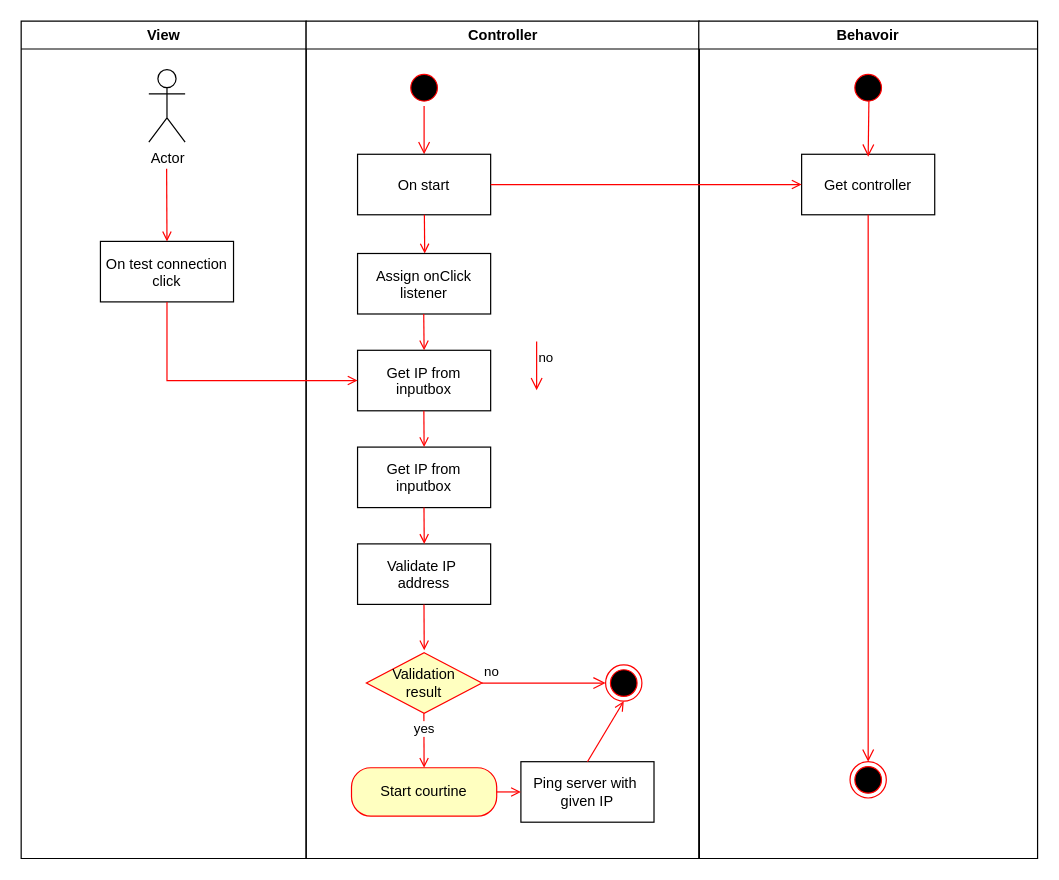
Earlier version of the draw.io diagram documentation/UI/General/ConnectionTestController.drawio (xalpol12/kuka-ar). Source tidied: cells renumbered, new cells numbered last; positions are measured from the earlier drawing's top-left corner, leaving out a move shared by most shapes. Both pictures are drawn from the tidied source at 121%, with x=0, y=0 at pixel (21, 21).
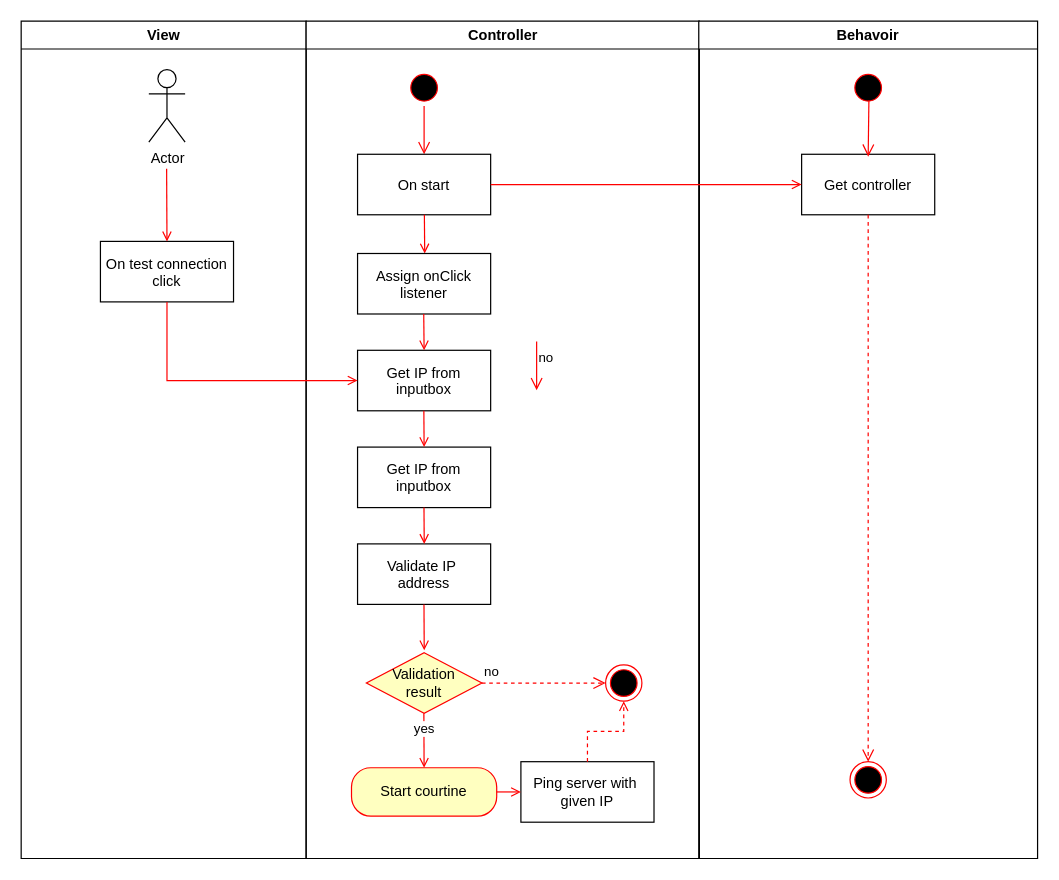
After the change.

Unchanged cells that the change refers to:
```xml
<mxCell id="6" value="Controller" style="swimlane;whiteSpace=wrap;" parent="1" vertex="1">
  <mxGeometry x="235.5" width="325" height="692" as="geometry" />
</mxCell>
<mxCell id="20" value="Validation&lt;br&gt;result" style="rhombus;whiteSpace=wrap;html=1;fontColor=#000000;fillColor=#ffffc0;strokeColor=#ff0000;" parent="6" vertex="1">
  <mxGeometry x="49.8" y="522" width="95.5" height="50" as="geometry" />
</mxCell>
<mxCell id="22" style="ellipse;html=1;shape=endState;fillColor=#000000;strokeColor=#ff0000;" parent="6" vertex="1">
  <mxGeometry x="247.5" y="532" width="30" height="30" as="geometry" />
</mxCell>
<mxCell id="28" value="Ping server with&amp;nbsp;&lt;br&gt;given IP" style="html=1;whiteSpace=wrap;" parent="6" vertex="1">
  <mxGeometry x="177.5" y="612" width="110" height="50" as="geometry" />
</mxCell>
<mxCell id="31" value="Behavoir" style="swimlane;whiteSpace=wrap;" parent="1" vertex="1">
  <mxGeometry x="560" width="280" height="692" as="geometry" />
</mxCell>
<mxCell id="33" style="ellipse;html=1;shape=endState;fillColor=#000000;strokeColor=#ff0000;" parent="31" vertex="1">
  <mxGeometry x="125" y="612" width="30" height="30" as="geometry" />
</mxCell>
<mxCell id="34" value="Get controller" parent="31" vertex="1">
  <mxGeometry x="85" y="110" width="110" height="50" as="geometry" />
</mxCell>
```

What changed in the source:
```diff
@@
-    <mxCell id="21" value="no" style="edgeStyle=orthogonalEdgeStyle;html=1;align=left;verticalAlign=bottom;endArrow=open;endSize=8;strokeColor=#ff0000;rounded=0;entryX=0;entryY=0.5;entryDx=0;entryDy=0;" parent="6" edge="1" source="20" target="22">
+    <mxCell id="21" value="no" style="edgeStyle=orthogonalEdgeStyle;html=1;align=left;verticalAlign=bottom;endArrow=open;endSize=8;strokeColor=#ff0000;rounded=0;entryX=0;entryY=0.5;entryDx=0;entryDy=0;dashed=1;" parent="6" edge="1" source="20" target="22">
       <mxGeometry x="-1" relative="1" as="geometry" />
     </mxCell>
@@
-    <mxCell id="29" style="endArrow=open;strokeColor=#FF0000;endFill=1;rounded=0;entryX=0.5;entryY=1;entryDx=0;entryDy=0;exitX=0.5;exitY=0;exitDx=0;exitDy=0;" parent="6" edge="1" source="28" target="22">
+    <mxCell id="29" style="endArrow=open;strokeColor=#FF0000;endFill=1;rounded=0;entryX=0.5;entryY=1;entryDx=0;entryDy=0;exitX=0.5;exitY=0;exitDx=0;exitDy=0;edgeStyle=orthogonalEdgeStyle;dashed=1;" parent="6" edge="1" source="28" target="22">
       <mxGeometry relative="1" as="geometry" />
     </mxCell>
@@
-    <mxCell id="36" style="edgeStyle=elbowEdgeStyle;elbow=horizontal;verticalAlign=bottom;endArrow=open;endSize=8;strokeColor=#FF0000;endFill=1;rounded=0;entryX=0.5;entryY=0;entryDx=0;entryDy=0;exitX=0.5;exitY=1;exitDx=0;exitDy=0;" parent="31" edge="1" source="34" target="33">
+    <mxCell id="36" style="edgeStyle=elbowEdgeStyle;elbow=horizontal;verticalAlign=bottom;endArrow=open;endSize=8;strokeColor=#FF0000;endFill=1;rounded=0;entryX=0.5;entryY=0;entryDx=0;entryDy=0;exitX=0.5;exitY=1;exitDx=0;exitDy=0;dashed=1;" parent="31" edge="1" source="34" target="33">
       <mxGeometry x="-284.5" y="20" as="geometry" />
     </mxCell>
```
